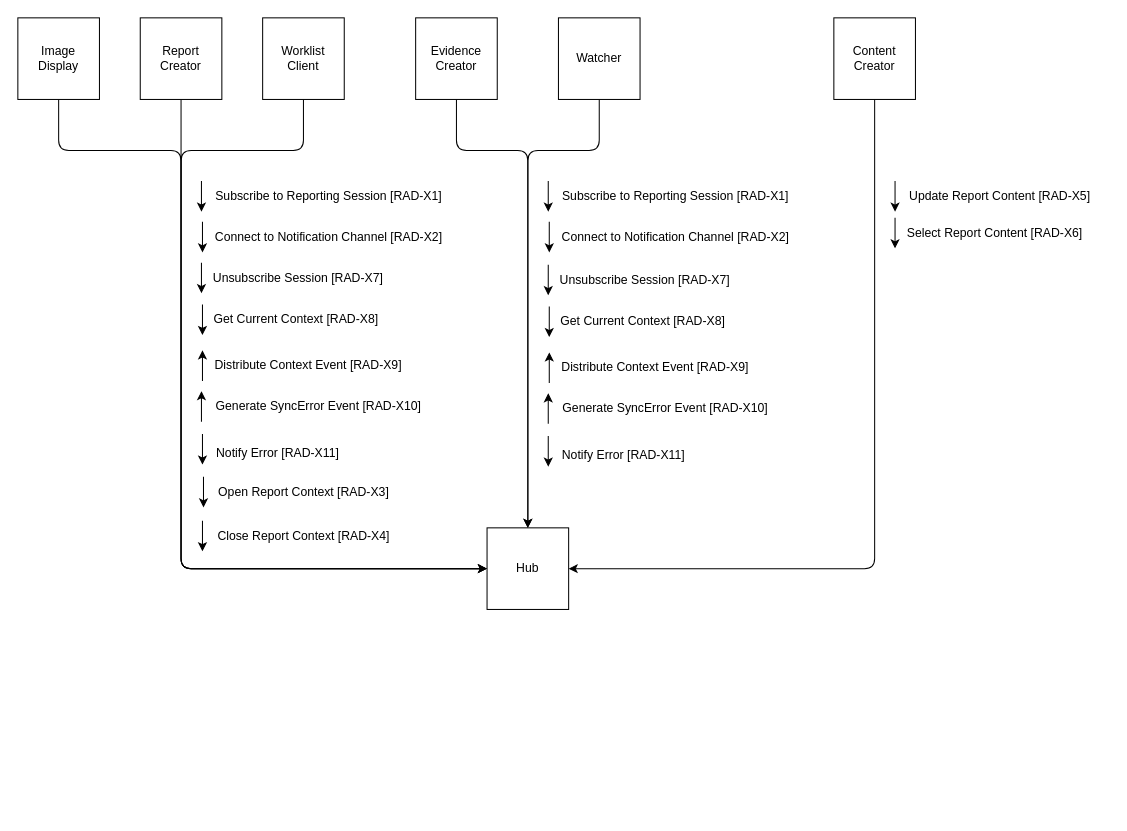
Earlier version of the draw.io diagram input/images-source/actor_transaction.drawio (IHE/RAD.IRA). Source tidied: cells renumbered, new cells numbered last; positions are measured from the earlier drawing's top-left corner, leaving out a move shared by most shapes. Both pictures are drawn from the tidied source at 102%, with x=0, y=0 at pixel (17, 17).
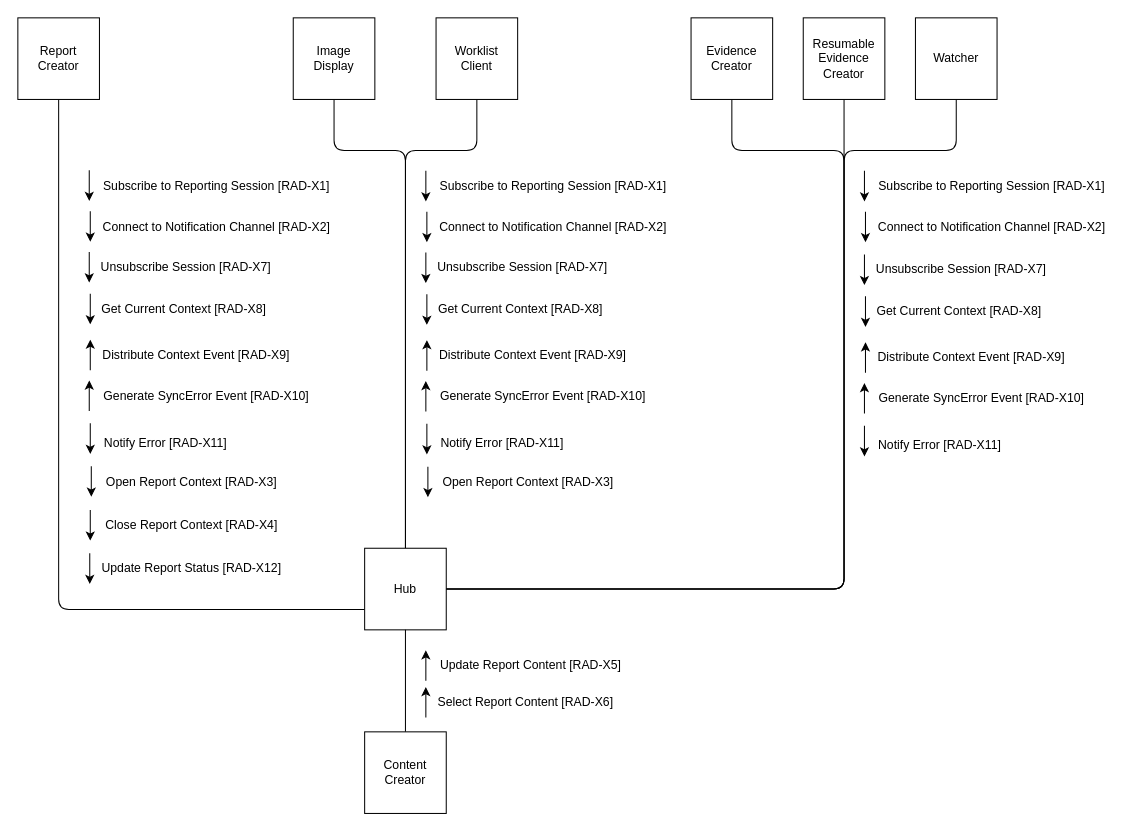
The same page after the edit.

Commit message (it also covers changes not shown here):
Moved Report Creator to be only actor support updating report status. Add Resumable Evidence Creator.

What changed in the source:
```diff
@@
-    <mxCell id="2" style="edgeStyle=none;html=1;exitX=0.5;exitY=1;exitDx=0;exitDy=0;" parent="1" edge="1" source="3">
+    <mxCell id="2" style="edgeStyle=none;html=1;exitX=0.5;exitY=1;exitDx=0;exitDy=0;entryX=0;entryY=0.75;entryDx=0;entryDy=0;endArrow=none;endFill=0;" parent="1" edge="1" source="3" target="8">
       <mxGeometry relative="1" as="geometry">
-        <mxPoint x="460" y="540" as="targetPoint" />
         <Array as="points">
           <mxPoint x="40" y="130" />
-          <mxPoint x="160" y="130" />
-          <mxPoint x="160" y="540" />
+          <mxPoint x="40" y="580" />
         </Array>
       </mxGeometry>
     </mxCell>
-    <mxCell id="3" value="Image&lt;br&gt;Display" style="whiteSpace=wrap;html=1;" parent="1" vertex="1">
+    <mxCell id="3" value="Report Creator" style="whiteSpace=wrap;html=1;" parent="1" vertex="1">
       <mxGeometry width="80" height="80" as="geometry" />
     </mxCell>
-    <mxCell id="4" style="edgeStyle=none;html=1;exitX=0.5;exitY=1;exitDx=0;exitDy=0;entryX=0;entryY=0.5;entryDx=0;entryDy=0;" parent="1" edge="1" source="5" target="8">
+    <mxCell id="4" style="edgeStyle=none;html=1;exitX=0.5;exitY=1;exitDx=0;exitDy=0;entryX=0.5;entryY=0;entryDx=0;entryDy=0;endArrow=none;endFill=0;" parent="1" edge="1" source="5" target="8">
       <mxGeometry relative="1" as="geometry">
         <Array as="points">
-          <mxPoint x="160" y="540" />
+          <mxPoint x="310" y="130" />
+          <mxPoint x="380" y="130" />
         </Array>
       </mxGeometry>
     </mxCell>
-    <mxCell id="5" value="Report Creator" style="whiteSpace=wrap;html=1;" parent="1" vertex="1">
-      <mxGeometry x="120" width="80" height="80" as="geometry" />
+    <mxCell id="5" value="Image&lt;br&gt;Display" style="whiteSpace=wrap;html=1;" parent="1" vertex="1">
+      <mxGeometry x="270" width="80" height="80" as="geometry" />
     </mxCell>
-    <mxCell id="6" style="edgeStyle=none;html=1;exitX=0.5;exitY=1;exitDx=0;exitDy=0;entryX=0;entryY=0.5;entryDx=0;entryDy=0;" parent="1" edge="1" source="7" target="8">
+    <mxCell id="6" style="edgeStyle=none;html=1;exitX=0.5;exitY=1;exitDx=0;exitDy=0;entryX=0.5;entryY=0;entryDx=0;entryDy=0;endArrow=none;endFill=0;" parent="1" edge="1" source="7" target="8">
       <mxGeometry relative="1" as="geometry">
         <Array as="points">
-          <mxPoint x="280" y="130" />
-          <mxPoint x="160" y="130" />
-          <mxPoint x="160" y="540" />
+          <mxPoint x="450" y="130" />
+          <mxPoint x="380" y="130" />
         </Array>
       </mxGeometry>
     </mxCell>
     <mxCell id="7" value="Worklist&lt;br&gt;Client" style="whiteSpace=wrap;html=1;" parent="1" vertex="1">
-      <mxGeometry x="240" width="80" height="80" as="geometry" />
+      <mxGeometry x="410" width="80" height="80" as="geometry" />
     </mxCell>
     <mxCell id="8" value="Hub" style="whiteSpace=wrap;html=1;" parent="1" vertex="1">
-      <mxGeometry x="460" y="500" width="80" height="80" as="geometry" />
+      <mxGeometry x="340" y="520" width="80" height="80" as="geometry" />
     </mxCell>
-    <mxCell id="9" style="edgeStyle=none;html=1;exitX=0.5;exitY=1;exitDx=0;exitDy=0;entryX=0.5;entryY=0;entryDx=0;entryDy=0;" parent="1" edge="1" source="10" target="8">
+    <mxCell id="9" style="edgeStyle=none;html=1;exitX=0.5;exitY=1;exitDx=0;exitDy=0;entryX=1;entryY=0.5;entryDx=0;entryDy=0;endArrow=none;endFill=0;" parent="1" edge="1" source="10" target="8">
       <mxGeometry relative="1" as="geometry">
         <Array as="points">
-          <mxPoint x="430" y="130" />
-          <mxPoint x="500" y="130" />
+          <mxPoint x="700" y="130" />
+          <mxPoint x="810" y="130" />
+          <mxPoint x="810" y="340" />
+          <mxPoint x="810" y="560" />
         </Array>
       </mxGeometry>
     </mxCell>
     <mxCell id="10" value="Evidence Creator" style="whiteSpace=wrap;html=1;" parent="1" vertex="1">
-      <mxGeometry x="390" width="80" height="80" as="geometry" />
+      <mxGeometry x="660" width="80" height="80" as="geometry" />
     </mxCell>
-    <mxCell id="11" style="edgeStyle=none;html=1;exitX=0.5;exitY=1;exitDx=0;exitDy=0;entryX=0.5;entryY=0;entryDx=0;entryDy=0;" parent="1" edge="1" source="12" target="8">
+    <mxCell id="11" style="edgeStyle=none;html=1;exitX=0.5;exitY=1;exitDx=0;exitDy=0;entryX=1;entryY=0.5;entryDx=0;entryDy=0;endArrow=none;endFill=0;" parent="1" edge="1" source="12" target="8">
       <mxGeometry relative="1" as="geometry">
         <Array as="points">
-          <mxPoint x="570" y="130" />
-          <mxPoint x="500" y="130" />
+          <mxPoint x="810" y="130" />
+          <mxPoint x="810" y="350" />
+          <mxPoint x="810" y="560" />
         </Array>
       </mxGeometry>
     </mxCell>
-    <mxCell id="12" value="Watcher" style="whiteSpace=wrap;html=1;" parent="1" vertex="1">
-      <mxGeometry x="530" width="80" height="80" as="geometry" />
+    <mxCell id="12" value="Resumable Evidence Creator" style="whiteSpace=wrap;html=1;" parent="1" vertex="1">
+      <mxGeometry x="770" width="80" height="80" as="geometry" />
     </mxCell>
-    <mxCell id="13" style="edgeStyle=none;html=1;exitX=0.5;exitY=1;exitDx=0;exitDy=0;entryX=1;entryY=0.5;entryDx=0;entryDy=0;" parent="1" edge="1" source="14" target="8">
-      <mxGeometry relative="1" as="geometry">
-        <Array as="points">
-          <mxPoint x="840" y="540" />
-        </Array>
-      </mxGeometry>
+    <mxCell id="13" style="edgeStyle=none;html=1;exitX=0.5;exitY=0;exitDx=0;exitDy=0;entryX=0.5;entryY=1;entryDx=0;entryDy=0;endArrow=none;endFill=0;" parent="1" edge="1" source="14" target="8">
+      <mxGeometry relative="1" as="geometry" />
     </mxCell>
     <mxCell id="14" value="Content Creator" style="whiteSpace=wrap;html=1;" parent="1" vertex="1">
-      <mxGeometry x="800" width="80" height="80" as="geometry" />
+      <mxGeometry x="340" y="700" width="80" height="80" as="geometry" />
     </mxCell>
-    <mxCell id="15" style="group;" parent="1" vertex="1">
-      <mxGeometry x="860" y="160" width="196" height="66" as="geometry" />
-    </mxCell>
-    <mxCell id="16" style="endArrow=classic;html=1;rounded=0;" parent="15" edge="1">
-      <mxGeometry relative="1" as="geometry">
-        <mxPoint as="sourcePoint" />
-        <mxPoint y="30" as="targetPoint" />
-      </mxGeometry>
-    </mxCell>
-    <mxCell id="17" value="Update Report Content [RAD-X5]" style="text;html=1;strokeColor=none;fillColor=none;align=center;verticalAlign=middle;whiteSpace=wrap;rounded=0;" parent="15" vertex="1">
-      <mxGeometry x="10" width="186" height="30" as="geometry" />
-    </mxCell>
-    <mxCell id="18" style="endArrow=classic;html=1;rounded=0;" parent="15" edge="1">
-      <mxGeometry relative="1" as="geometry">
-        <mxPoint y="36" as="sourcePoint" />
-        <mxPoint y="66" as="targetPoint" />
-      </mxGeometry>
-    </mxCell>
-    <mxCell id="19" value="Select Report Content [RAD-X6]" style="text;html=1;strokeColor=none;fillColor=none;align=center;verticalAlign=middle;whiteSpace=wrap;rounded=0;" parent="15" vertex="1">
-      <mxGeometry x="10" y="36" width="176" height="30" as="geometry" />
-    </mxCell>
     <mxCell id="20" style="group;" parent="1" vertex="1">
-      <mxGeometry x="520" y="160" width="240" height="284" as="geometry" />
+      <mxGeometry x="830" y="150" width="240" height="284" as="geometry" />
     </mxCell>
@@
     <mxCell id="35" value="Notify Error [RAD-X11]" style="text;html=1;strokeColor=none;fillColor=none;align=center;verticalAlign=middle;whiteSpace=wrap;rounded=0;" parent="1" vertex="1">
-      <mxGeometry x="190" y="412" width="130" height="30" as="geometry" />
+      <mxGeometry x="410" y="402" width="130" height="30" as="geometry" />
     </mxCell>
     <mxCell id="36" style="endArrow=classic;html=1;rounded=0;startArrow=none;startFill=0;endFill=1;" parent="1" edge="1">
       <mxGeometry relative="1" as="geometry">
-        <mxPoint x="180" y="160" as="sourcePoint" />
-        <mxPoint x="180" y="190" as="targetPoint" />
+        <mxPoint x="400" y="150" as="sourcePoint" />
+        <mxPoint x="400" y="180" as="targetPoint" />
       </mxGeometry>
     </mxCell>
     <mxCell id="37" value="Subscribe to Reporting Session [RAD-X1]" style="text;html=1;strokeColor=none;fillColor=none;align=center;verticalAlign=middle;whiteSpace=wrap;rounded=0;" parent="1" vertex="1">
-      <mxGeometry x="190" y="160" width="230" height="30" as="geometry" />
+      <mxGeometry x="410" y="150" width="230" height="30" as="geometry" />
     </mxCell>
     <mxCell id="38" style="endArrow=none;html=1;rounded=0;startArrow=classic;startFill=1;endFill=0;" parent="1" edge="1">
       <mxGeometry relative="1" as="geometry">
-        <mxPoint x="181" y="326" as="sourcePoint" />
-        <mxPoint x="181" y="356" as="targetPoint" />
+        <mxPoint x="401" y="316" as="sourcePoint" />
+        <mxPoint x="401" y="346" as="targetPoint" />
       </mxGeometry>
     </mxCell>
     <mxCell id="39" value="Distribute Context Event [RAD-X9]" style="text;html=1;strokeColor=none;fillColor=none;align=center;verticalAlign=middle;whiteSpace=wrap;rounded=0;" parent="1" vertex="1">
-      <mxGeometry x="190" y="326" width="190" height="30" as="geometry" />
+      <mxGeometry x="410" y="316" width="190" height="30" as="geometry" />
     </mxCell>
     <mxCell id="40" style="endArrow=classic;html=1;rounded=0;" parent="1" edge="1">
       <mxGeometry relative="1" as="geometry">
-        <mxPoint x="181" y="200" as="sourcePoint" />
-        <mxPoint x="181" y="230" as="targetPoint" />
+        <mxPoint x="401" y="190" as="sourcePoint" />
+        <mxPoint x="401" y="220" as="targetPoint" />
       </mxGeometry>
     </mxCell>
     <mxCell id="41" value="Connect to Notification Channel [RAD-X2]" style="text;html=1;strokeColor=none;fillColor=none;align=center;verticalAlign=middle;whiteSpace=wrap;rounded=0;" parent="1" vertex="1">
-      <mxGeometry x="190" y="200" width="230" height="30" as="geometry" />
+      <mxGeometry x="410" y="190" width="230" height="30" as="geometry" />
     </mxCell>
-    <mxCell id="42" style="endArrow=classic;html=1;rounded=0;" parent="1" edge="1">
-      <mxGeometry relative="1" as="geometry">
-        <mxPoint x="181" y="493" as="sourcePoint" />
-        <mxPoint x="181" y="523" as="targetPoint" />
-      </mxGeometry>
-    </mxCell>
-    <mxCell id="43" value="Close Report Context [RAD-X4]" style="text;html=1;strokeColor=none;fillColor=none;align=center;verticalAlign=middle;whiteSpace=wrap;rounded=0;" parent="1" vertex="1">
-      <mxGeometry x="191" y="493" width="179" height="30" as="geometry" />
-    </mxCell>
     <mxCell id="44" style="endArrow=classic;html=1;rounded=0;startArrow=none;startFill=0;endFill=1;" parent="1" edge="1">
       <mxGeometry relative="1" as="geometry">
-        <mxPoint x="181" y="281" as="sourcePoint" />
-        <mxPoint x="181" y="311" as="targetPoint" />
+        <mxPoint x="401" y="271" as="sourcePoint" />
+        <mxPoint x="401" y="301" as="targetPoint" />
       </mxGeometry>
     </mxCell>
     <mxCell id="45" value="Get Current Context [RAD-X8]" style="text;html=1;strokeColor=none;fillColor=none;align=center;verticalAlign=middle;whiteSpace=wrap;rounded=0;" parent="1" vertex="1">
-      <mxGeometry x="190" y="281" width="166" height="30" as="geometry" />
+      <mxGeometry x="410" y="271" width="166" height="30" as="geometry" />
     </mxCell>
     <mxCell id="46" style="endArrow=none;html=1;rounded=0;startArrow=classic;startFill=1;endFill=0;" parent="1" edge="1">
       <mxGeometry relative="1" as="geometry">
-        <mxPoint x="180" y="366" as="sourcePoint" />
-        <mxPoint x="180" y="396" as="targetPoint" />
+        <mxPoint x="400" y="356" as="sourcePoint" />
+        <mxPoint x="400" y="386" as="targetPoint" />
       </mxGeometry>
     </mxCell>
     <mxCell id="47" value="Generate SyncError Event [RAD-X10]" style="text;html=1;strokeColor=none;fillColor=none;align=center;verticalAlign=middle;whiteSpace=wrap;rounded=0;" parent="1" vertex="1">
-      <mxGeometry x="190" y="366" width="210" height="30" as="geometry" />
+      <mxGeometry x="410" y="356" width="210" height="30" as="geometry" />
     </mxCell>
     <mxCell id="48" style="endArrow=classic;html=1;rounded=0;startArrow=none;startFill=0;endFill=1;" parent="1" edge="1">
       <mxGeometry relative="1" as="geometry">
-        <mxPoint x="180" y="240" as="sourcePoint" />
-        <mxPoint x="180" y="270" as="targetPoint" />
+        <mxPoint x="400" y="230" as="sourcePoint" />
+        <mxPoint x="400" y="260" as="targetPoint" />
       </mxGeometry>
     </mxCell>
     <mxCell id="49" value="Unsubscribe Session [RAD-X7]" style="text;html=1;strokeColor=none;fillColor=none;align=center;verticalAlign=middle;whiteSpace=wrap;rounded=0;" parent="1" vertex="1">
-      <mxGeometry x="190" y="240" width="170" height="30" as="geometry" />
+      <mxGeometry x="410" y="230" width="170" height="30" as="geometry" />
     </mxCell>
     <mxCell id="50" style="endArrow=classic;html=1;rounded=0;" parent="1" edge="1">
       <mxGeometry relative="1" as="geometry">
-        <mxPoint x="182" y="450" as="sourcePoint" />
-        <mxPoint x="182" y="480" as="targetPoint" />
+        <mxPoint x="402" y="440" as="sourcePoint" />
+        <mxPoint x="402" y="470" as="targetPoint" />
       </mxGeometry>
     </mxCell>
     <mxCell id="51" value="Open Report Context [RAD-X3]" style="text;html=1;strokeColor=none;fillColor=none;align=center;verticalAlign=middle;whiteSpace=wrap;rounded=0;" parent="1" vertex="1">
-      <mxGeometry x="191" y="450" width="179" height="30" as="geometry" />
+      <mxGeometry x="411" y="440" width="179" height="30" as="geometry" />
     </mxCell>
     <mxCell id="52" style="endArrow=classic;html=1;rounded=0;startArrow=none;startFill=0;endFill=1;" parent="1" edge="1">
       <mxGeometry relative="1" as="geometry">
-        <mxPoint x="181" y="408" as="sourcePoint" />
-        <mxPoint x="181" y="438" as="targetPoint" />
+        <mxPoint x="401" y="398" as="sourcePoint" />
+        <mxPoint x="401" y="428" as="targetPoint" />
       </mxGeometry>
     </mxCell>
+    <mxCell id="53" value="Notify Error [RAD-X11]" style="text;html=1;strokeColor=none;fillColor=none;align=center;verticalAlign=middle;whiteSpace=wrap;rounded=0;" parent="1" vertex="1">
+      <mxGeometry x="80" y="401.5" width="130" height="30" as="geometry" />
+    </mxCell>
+    <mxCell id="54" style="endArrow=classic;html=1;rounded=0;startArrow=none;startFill=0;endFill=1;" parent="1" edge="1">
+      <mxGeometry relative="1" as="geometry">
+        <mxPoint x="70" y="149.5" as="sourcePoint" />
+        <mxPoint x="70" y="179.5" as="targetPoint" />
+      </mxGeometry>
+    </mxCell>
+    <mxCell id="55" value="Subscribe to Reporting Session [RAD-X1]" style="text;html=1;strokeColor=none;fillColor=none;align=center;verticalAlign=middle;whiteSpace=wrap;rounded=0;" parent="1" vertex="1">
+      <mxGeometry x="80" y="149.5" width="230" height="30" as="geometry" />
+    </mxCell>
+    <mxCell id="56" style="endArrow=none;html=1;rounded=0;startArrow=classic;startFill=1;endFill=0;" parent="1" edge="1">
+      <mxGeometry relative="1" as="geometry">
+        <mxPoint x="71" y="315.5" as="sourcePoint" />
+        <mxPoint x="71" y="345.5" as="targetPoint" />
+      </mxGeometry>
+    </mxCell>
+    <mxCell id="57" value="Distribute Context Event [RAD-X9]" style="text;html=1;strokeColor=none;fillColor=none;align=center;verticalAlign=middle;whiteSpace=wrap;rounded=0;" parent="1" vertex="1">
+      <mxGeometry x="80" y="315.5" width="190" height="30" as="geometry" />
+    </mxCell>
+    <mxCell id="58" style="endArrow=classic;html=1;rounded=0;" parent="1" edge="1">
+      <mxGeometry relative="1" as="geometry">
+        <mxPoint x="71" y="189.5" as="sourcePoint" />
+        <mxPoint x="71" y="219.5" as="targetPoint" />
+      </mxGeometry>
+    </mxCell>
+    <mxCell id="59" value="Connect to Notification Channel [RAD-X2]" style="text;html=1;strokeColor=none;fillColor=none;align=center;verticalAlign=middle;whiteSpace=wrap;rounded=0;" parent="1" vertex="1">
+      <mxGeometry x="80" y="189.5" width="230" height="30" as="geometry" />
+    </mxCell>
+    <mxCell id="60" style="endArrow=classic;html=1;rounded=0;" parent="1" edge="1">
+      <mxGeometry relative="1" as="geometry">
+        <mxPoint x="71" y="482.5" as="sourcePoint" />
+        <mxPoint x="71" y="512.5" as="targetPoint" />
+      </mxGeometry>
+    </mxCell>
+    <mxCell id="43" value="Close Report Context [RAD-X4]" style="text;html=1;strokeColor=none;fillColor=none;align=center;verticalAlign=middle;whiteSpace=wrap;rounded=0;" parent="1" vertex="1">
+      <mxGeometry x="81" y="482.5" width="179" height="30" as="geometry" />
+    </mxCell>
+    <mxCell id="61" style="endArrow=classic;html=1;rounded=0;startArrow=none;startFill=0;endFill=1;" parent="1" edge="1">
+      <mxGeometry relative="1" as="geometry">
+        <mxPoint x="71" y="270.5" as="sourcePoint" />
+        <mxPoint x="71" y="300.5" as="targetPoint" />
+      </mxGeometry>
+    </mxCell>
+    <mxCell id="62" value="Get Current Context [RAD-X8]" style="text;html=1;strokeColor=none;fillColor=none;align=center;verticalAlign=middle;whiteSpace=wrap;rounded=0;" parent="1" vertex="1">
+      <mxGeometry x="80" y="270.5" width="166" height="30" as="geometry" />
+    </mxCell>
+    <mxCell id="63" style="endArrow=none;html=1;rounded=0;startArrow=classic;startFill=1;endFill=0;" parent="1" edge="1">
+      <mxGeometry relative="1" as="geometry">
+        <mxPoint x="70" y="355.5" as="sourcePoint" />
+        <mxPoint x="70" y="385.5" as="targetPoint" />
+      </mxGeometry>
+    </mxCell>
+    <mxCell id="64" value="Generate SyncError Event [RAD-X10]" style="text;html=1;strokeColor=none;fillColor=none;align=center;verticalAlign=middle;whiteSpace=wrap;rounded=0;" parent="1" vertex="1">
+      <mxGeometry x="80" y="355.5" width="210" height="30" as="geometry" />
+    </mxCell>
+    <mxCell id="65" style="endArrow=classic;html=1;rounded=0;startArrow=none;startFill=0;endFill=1;" parent="1" edge="1">
+      <mxGeometry relative="1" as="geometry">
+        <mxPoint x="70" y="229.5" as="sourcePoint" />
+        <mxPoint x="70" y="259.5" as="targetPoint" />
+      </mxGeometry>
+    </mxCell>
+    <mxCell id="66" value="Unsubscribe Session [RAD-X7]" style="text;html=1;strokeColor=none;fillColor=none;align=center;verticalAlign=middle;whiteSpace=wrap;rounded=0;" parent="1" vertex="1">
+      <mxGeometry x="80" y="229.5" width="170" height="30" as="geometry" />
+    </mxCell>
+    <mxCell id="67" style="endArrow=classic;html=1;rounded=0;" parent="1" edge="1">
+      <mxGeometry relative="1" as="geometry">
+        <mxPoint x="72" y="439.5" as="sourcePoint" />
+        <mxPoint x="72" y="469.5" as="targetPoint" />
+      </mxGeometry>
+    </mxCell>
+    <mxCell id="68" value="Open Report Context [RAD-X3]" style="text;html=1;strokeColor=none;fillColor=none;align=center;verticalAlign=middle;whiteSpace=wrap;rounded=0;" parent="1" vertex="1">
+      <mxGeometry x="81" y="439.5" width="179" height="30" as="geometry" />
+    </mxCell>
+    <mxCell id="69" style="endArrow=classic;html=1;rounded=0;startArrow=none;startFill=0;endFill=1;" parent="1" edge="1">
+      <mxGeometry relative="1" as="geometry">
+        <mxPoint x="71" y="397.5" as="sourcePoint" />
+        <mxPoint x="71" y="427.5" as="targetPoint" />
+      </mxGeometry>
+    </mxCell>
+    <mxCell id="70" style="endArrow=classic;html=1;rounded=0;" parent="1" edge="1">
+      <mxGeometry relative="1" as="geometry">
+        <mxPoint x="70.5" y="525" as="sourcePoint" />
+        <mxPoint x="70.5" y="555" as="targetPoint" />
+      </mxGeometry>
+    </mxCell>
+    <mxCell id="71" value="Update Report Status [RAD-X12]" style="text;html=1;strokeColor=none;fillColor=none;align=center;verticalAlign=middle;whiteSpace=wrap;rounded=0;" parent="1" vertex="1">
+      <mxGeometry x="80.5" y="525" width="179" height="30" as="geometry" />
+    </mxCell>
+    <mxCell id="16" style="endArrow=classic;html=1;rounded=0;" parent="1" edge="1">
+      <mxGeometry relative="1" as="geometry">
+        <mxPoint x="400" y="650" as="sourcePoint" />
+        <mxPoint x="400" y="620" as="targetPoint" />
+      </mxGeometry>
+    </mxCell>
+    <mxCell id="17" value="Update Report Content [RAD-X5]" style="text;html=1;strokeColor=none;fillColor=none;align=center;verticalAlign=middle;whiteSpace=wrap;rounded=0;" parent="1" vertex="1">
+      <mxGeometry x="410" y="620" width="186" height="30" as="geometry" />
+    </mxCell>
+    <mxCell id="18" style="endArrow=classic;html=1;rounded=0;" parent="1" edge="1">
+      <mxGeometry relative="1" as="geometry">
+        <mxPoint x="400" y="686" as="sourcePoint" />
+        <mxPoint x="400" y="656" as="targetPoint" />
+      </mxGeometry>
+    </mxCell>
+    <mxCell id="19" value="Select Report Content [RAD-X6]" style="text;html=1;strokeColor=none;fillColor=none;align=center;verticalAlign=middle;whiteSpace=wrap;rounded=0;" parent="1" vertex="1">
+      <mxGeometry x="410" y="656" width="176" height="30" as="geometry" />
+    </mxCell>
+    <mxCell id="72" style="edgeStyle=none;html=1;exitX=0.5;exitY=1;exitDx=0;exitDy=0;endArrow=none;endFill=0;" parent="1" edge="1" source="73">
+      <mxGeometry relative="1" as="geometry">
+        <mxPoint x="420" y="560" as="targetPoint" />
+        <Array as="points">
+          <mxPoint x="920" y="130" />
+          <mxPoint x="810" y="130" />
+          <mxPoint x="810" y="560" />
+        </Array>
+      </mxGeometry>
+    </mxCell>
+    <mxCell id="73" value="Watcher" style="whiteSpace=wrap;html=1;" parent="1" vertex="1">
+      <mxGeometry x="880" width="80" height="80" as="geometry" />
+    </mxCell>
```
